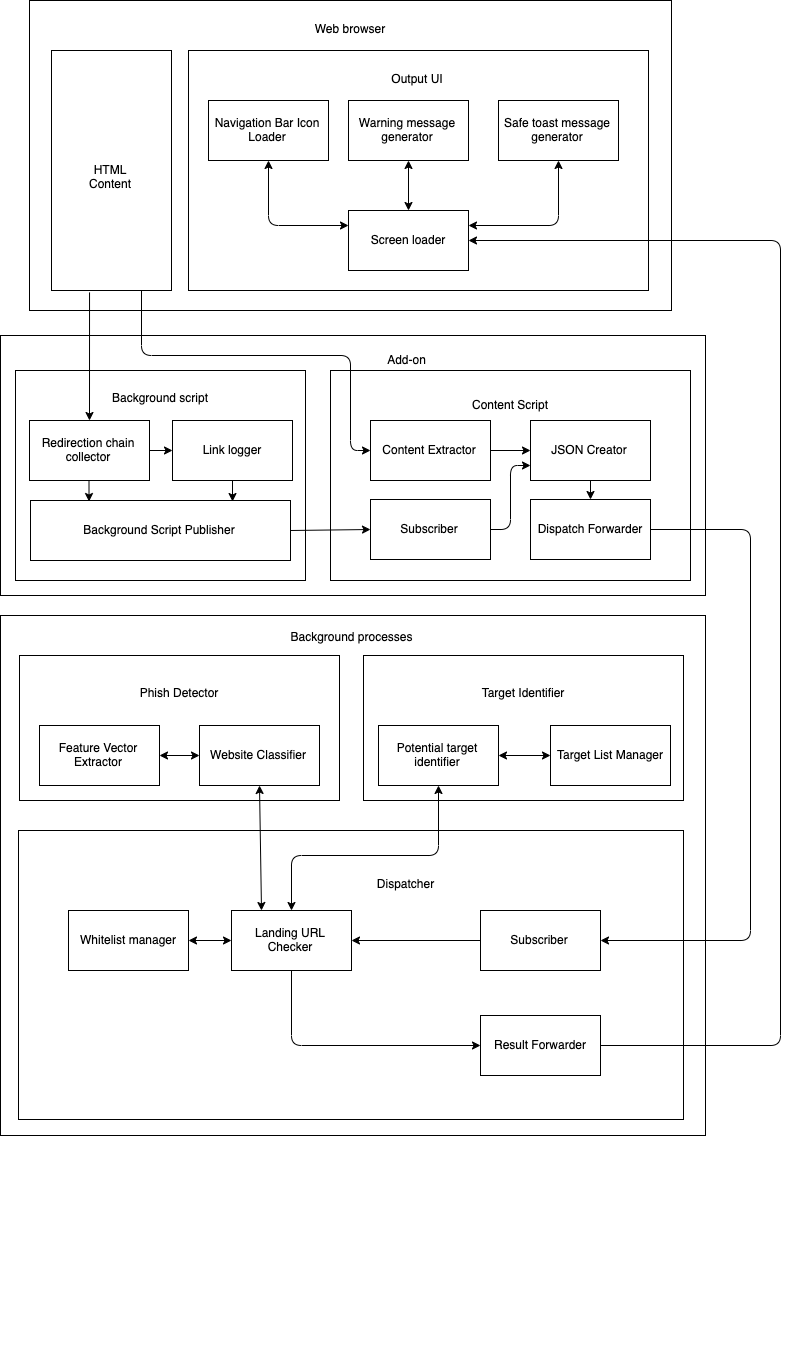
sbenstewart/cantina-plus keeps this draw.io diagram as images/HLLDia/updated/UpdatedHLLDia.png. Above is the earlier version. Source tidied: cells renumbered, new cells last; positions are measured from the earlier drawing's top-left corner, leaving out a move shared by most shapes.
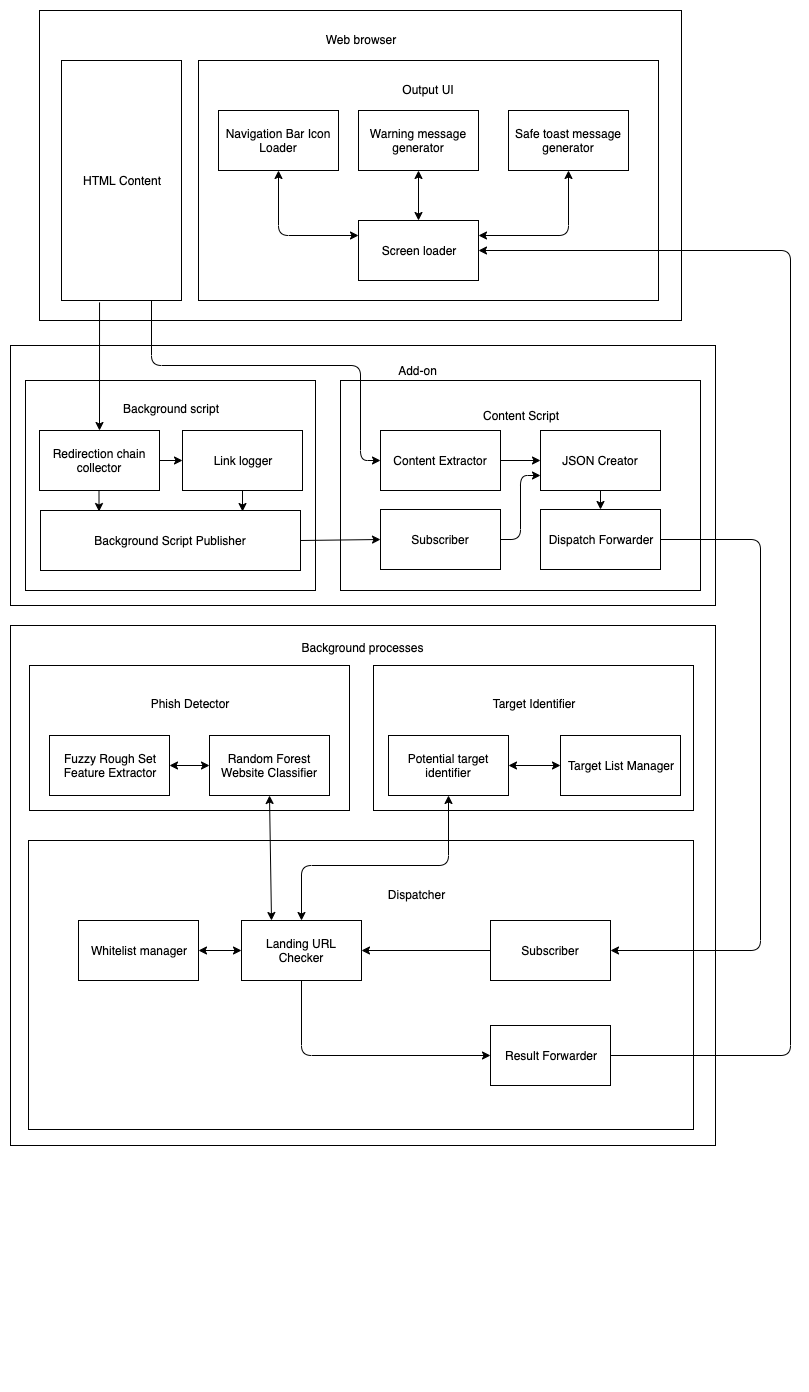
The same file after the commit.

What changed in the source:
```diff
@@ -65,10 +65,10 @@
     <mxCell id="22" value="Subscriber" style="rounded=0;whiteSpace=wrap;html=1;" parent="1" vertex="1">
       <mxGeometry x="370" y="499" width="120" height="60" as="geometry" />
     </mxCell>
-    <mxCell id="23" value="Website Classifier" style="rounded=0;whiteSpace=wrap;html=1;strokeColor=#000000;fillColor=#ffffff;" parent="1" vertex="1">
+    <mxCell id="23" value="Random Forest&lt;br&gt;Website Classifier" style="rounded=0;whiteSpace=wrap;html=1;strokeColor=#000000;fillColor=#ffffff;" parent="1" vertex="1">
       <mxGeometry x="199" y="725" width="120" height="60" as="geometry" />
     </mxCell>
-    <mxCell id="24" value="Feature Vector Extractor" style="rounded=0;whiteSpace=wrap;html=1;strokeColor=#000000;fillColor=#ffffff;" parent="1" vertex="1">
+    <mxCell id="24" value="Fuzzy Rough Set&lt;br&gt;Feature Extractor" style="rounded=0;whiteSpace=wrap;html=1;strokeColor=#000000;fillColor=#ffffff;" parent="1" vertex="1">
       <mxGeometry x="39" y="725" width="120" height="60" as="geometry" />
     </mxCell>
     <mxCell id="25" value="Subscriber" style="rounded=0;whiteSpace=wrap;html=1;strokeColor=#000000;fillColor=#ffffff;" parent="1" vertex="1">
```
